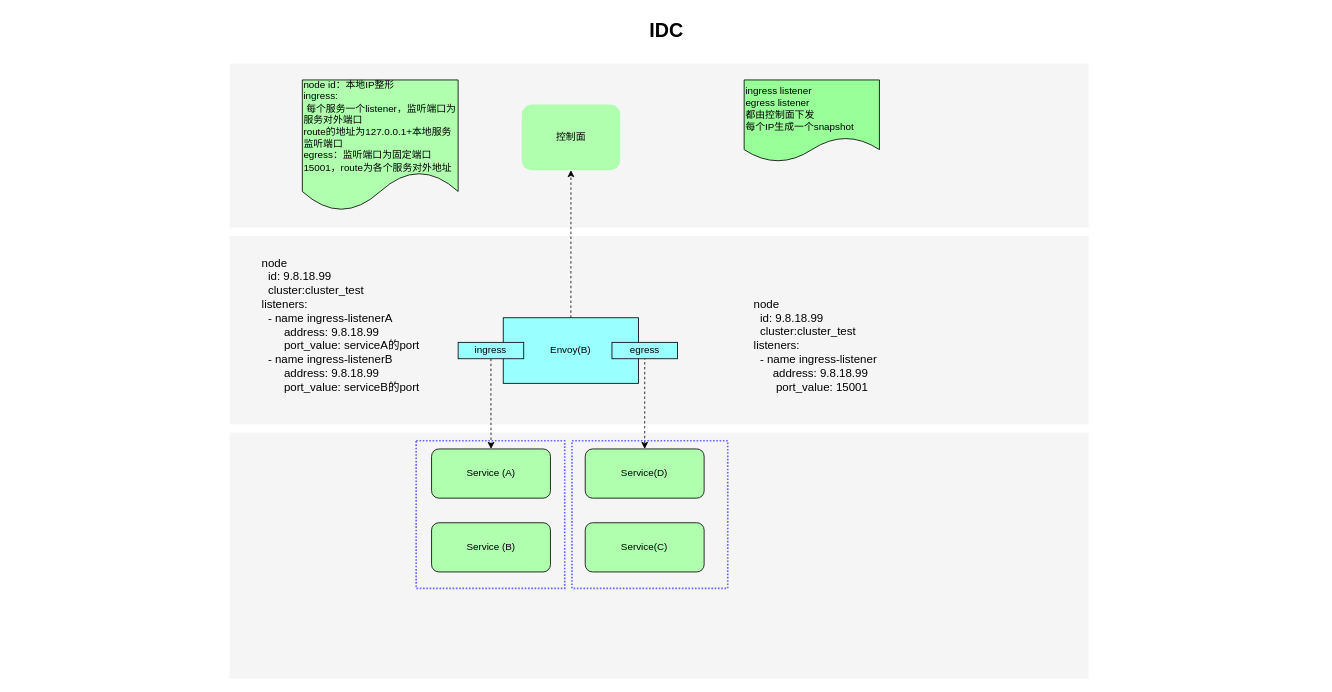
The draw.io diagram page "idc" (2 of 3) of Untitled Diagram.drawio in xinguai/awsohorse, before the edit. Source tidied: cells renumbered, new cells numbered last; positions are measured from the earlier drawing's top-left corner, leaving out a move shared by most shapes. Both pictures are drawn from the tidied source at 82%, with x=0, y=0 at pixel (14, 14).
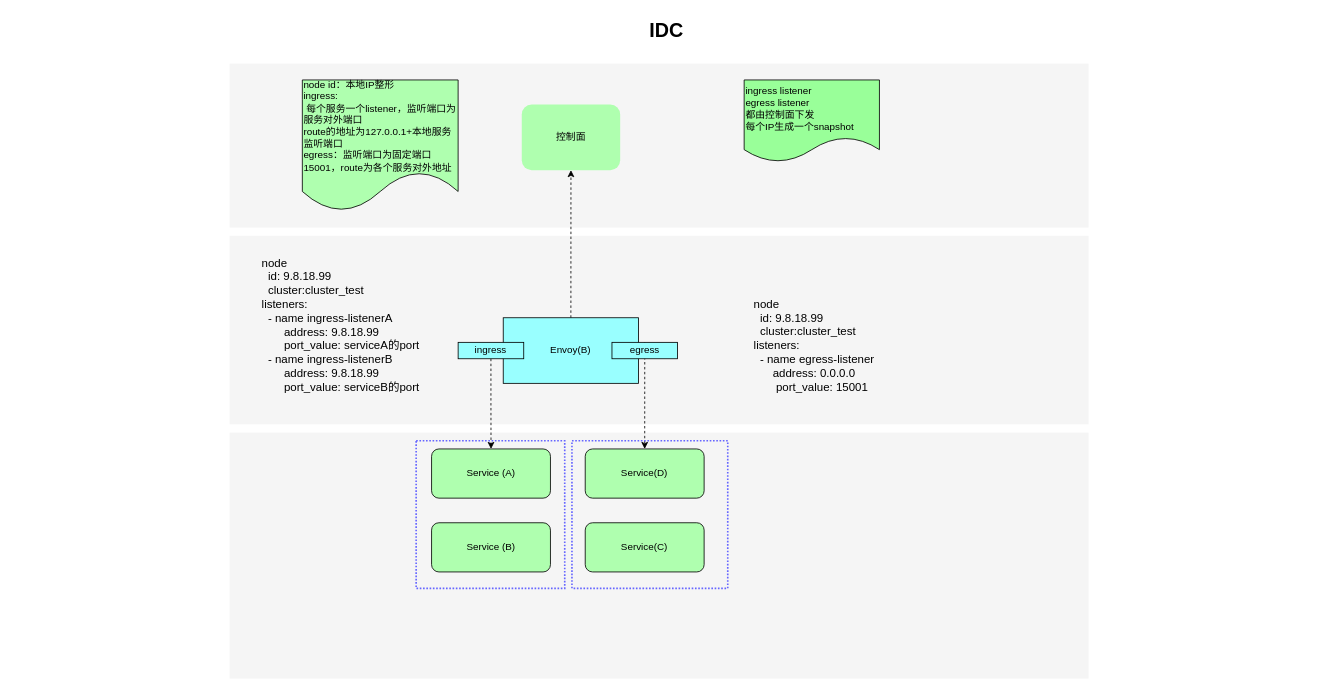
Above is the later version.

Change to the diagram source:
```diff
@@
-    <mxCell id="18" value="&lt;font style=&quot;font-size: 14px&quot;&gt;node &lt;br&gt;&amp;nbsp; id: 9.8.18.99&lt;br&gt;&amp;nbsp; cluster:cluster_test&lt;br&gt;listeners:&lt;br&gt;&amp;nbsp; - name ingress-listener&lt;br&gt;&amp;nbsp; &amp;nbsp; &amp;nbsp; address: 9.8.18.99&lt;br&gt;&amp;nbsp; &amp;nbsp; &amp;nbsp; &amp;nbsp;port_value: 15001&lt;br&gt;&lt;/font&gt;" style="text;html=1;strokeColor=none;fillColor=none;align=left;verticalAlign=middle;whiteSpace=wrap;rounded=0;" parent="1" vertex="1">
+    <mxCell id="18" value="&lt;font style=&quot;font-size: 14px&quot;&gt;node &lt;br&gt;&amp;nbsp; id: 9.8.18.99&lt;br&gt;&amp;nbsp; cluster:cluster_test&lt;br&gt;listeners:&lt;br&gt;&amp;nbsp; - name egress-listener&lt;br&gt;&amp;nbsp; &amp;nbsp; &amp;nbsp; address: 0.0.0.0&lt;br&gt;&amp;nbsp; &amp;nbsp; &amp;nbsp; &amp;nbsp;port_value: 15001&lt;br&gt;&lt;/font&gt;" style="text;html=1;strokeColor=none;fillColor=none;align=left;verticalAlign=middle;whiteSpace=wrap;rounded=0;" parent="1" vertex="1">
       <mxGeometry x="900" y="327.5" width="230" height="152.5" as="geometry" />
     </mxCell>
```
